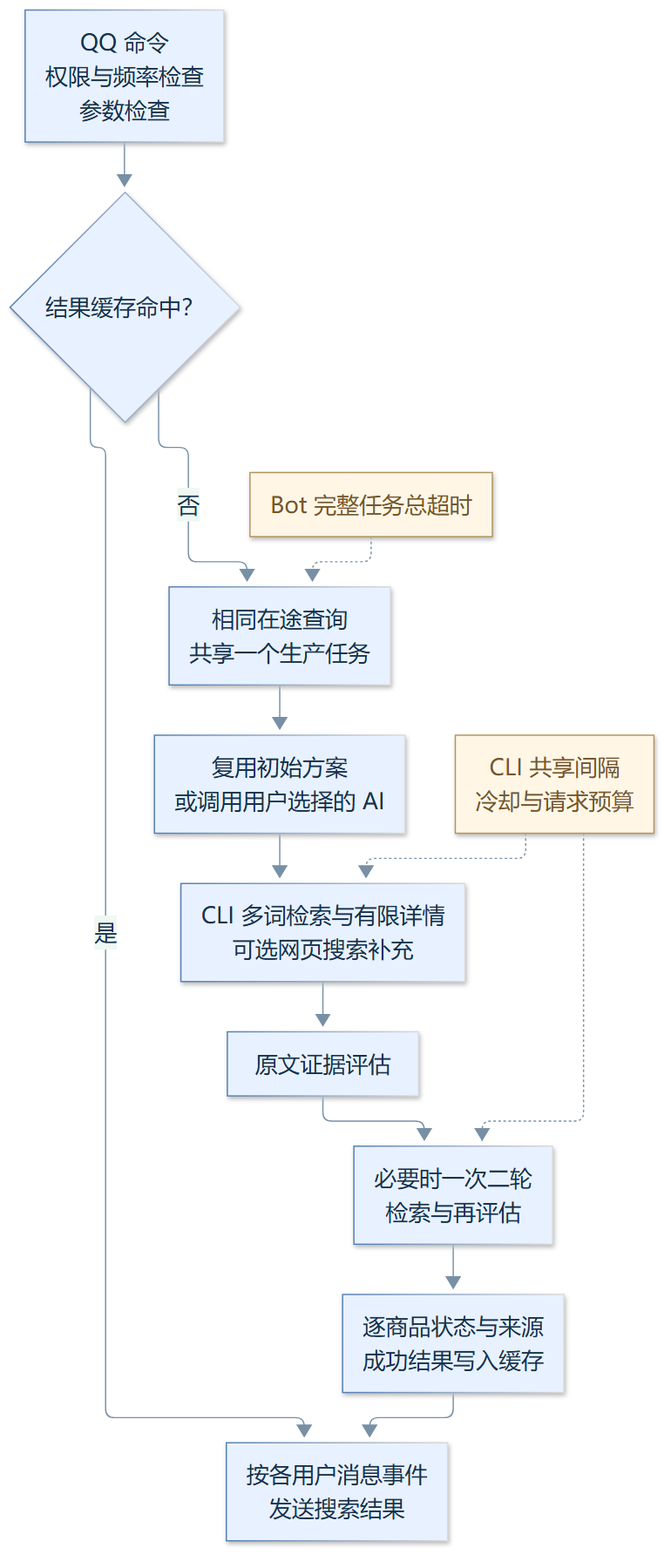
wuhutakeoffyoo/vrc-booth-bot keeps this Mermaid diagram as docs/images/search-flow.png. Above is the earlier version. Its source is kept beside it as docs/diagrams/search-flow.mmd. The source it was exported from:
```mermaid
%%{init: {"markdownAutoWrap":false,"fontFamily":"Microsoft YaHei","fontSize":18,"theme":"base","themeVariables":{"fontFamily":"Noto Sans CJK SC, Microsoft YaHei, sans-serif","fontSize":"18px","primaryColor":"#e8f1ff","primaryBorderColor":"#527db3","primaryTextColor":"#17324d","lineColor":"#7890a5","secondaryColor":"#eff8f2","tertiaryColor":"#fff6e6"},"flowchart":{"curve":"basis","wrappingWidth":400,"nodeSpacing":35,"rankSpacing":45}}}%%
flowchart TD
    A["QQ 命令<br/>权限与频率检查<br/>参数检查"] --> B{"结果缓存命中？"}
    B -->|"是"| I["按各用户消息事件<br/>发送搜索结果"]
    B -->|"否"| C["相同在途查询<br/>共享一个生产任务"]
    C --> D["复用初始方案<br/>或调用用户选择的 AI"]
    D --> E["CLI 多词检索与有限详情<br/>可选网页搜索补充"]
    E --> F["原文证据评估"]
    F --> G["必要时一次二轮<br/>检索与再评估"]
    G --> H["逐商品状态与来源<br/>成功结果写入缓存"]
    H --> I
    J["CLI 共享间隔<br/>冷却与请求预算"] -.-> E
    J -.-> G
    K["Bot 完整任务总超时"] -.-> C
    classDef guard fill:#fff6e6,stroke:#b2945b,color:#76572c
    class J,K guard
```
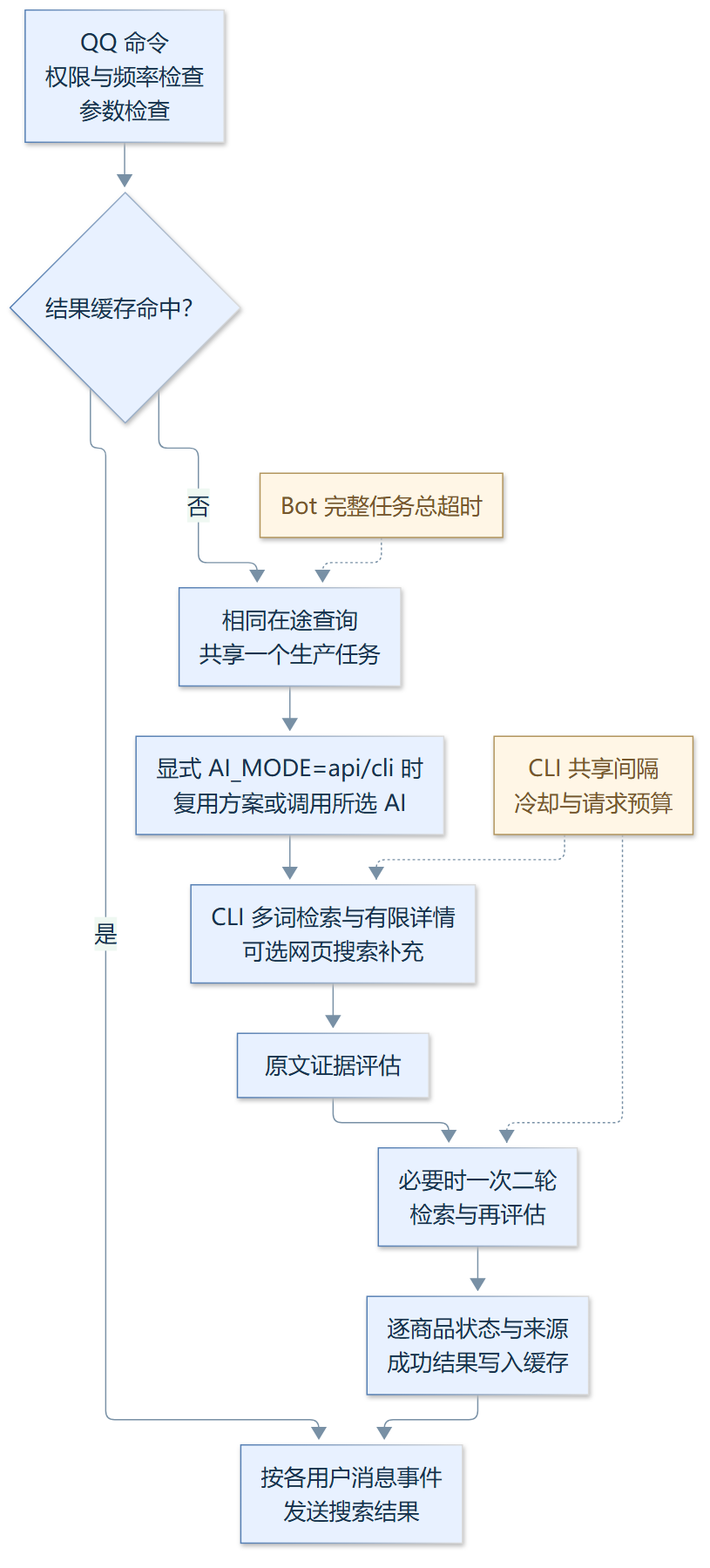
Above is the later version.

Change to the diagram source:
```diff
@@ -3,7 +3,7 @@
     A["QQ 命令<br/>权限与频率检查<br/>参数检查"] --> B{"结果缓存命中？"}
     B -->|"是"| I["按各用户消息事件<br/>发送搜索结果"]
     B -->|"否"| C["相同在途查询<br/>共享一个生产任务"]
-    C --> D["复用初始方案<br/>或调用用户选择的 AI"]
+    C --> D["显式 AI_MODE=api/cli 时<br/>复用方案或调用所选 AI"]
     D --> E["CLI 多词检索与有限详情<br/>可选网页搜索补充"]
     E --> F["原文证据评估"]
     F --> G["必要时一次二轮<br/>检索与再评估"]
```
